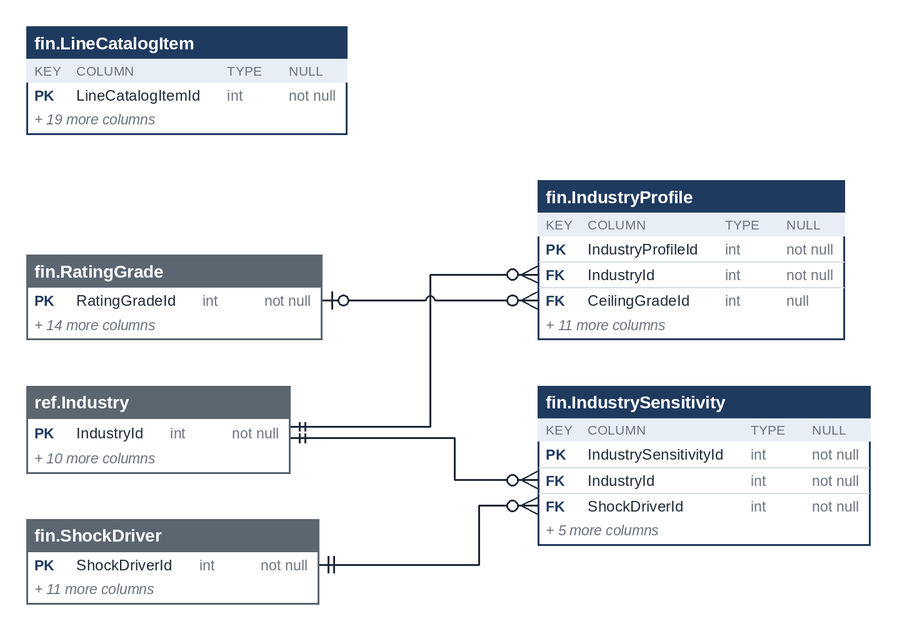
Before: treasury-platform/docs/diagrams/erd-en/m5_financials_13.png, a diagram exported from Mermaid (thawrasy/smartlines). Its source is kept beside it as treasury-platform/docs/diagrams/erd/m5_financials_13.mmd. The source it was exported from:
```mermaid
erDiagram
  fin_StrengtheningPlanMember["fin.StrengtheningPlanMember"] {
    int StrengtheningPlanMemberId PK
    int PlanId FK
    int RemedyId FK
  }
```
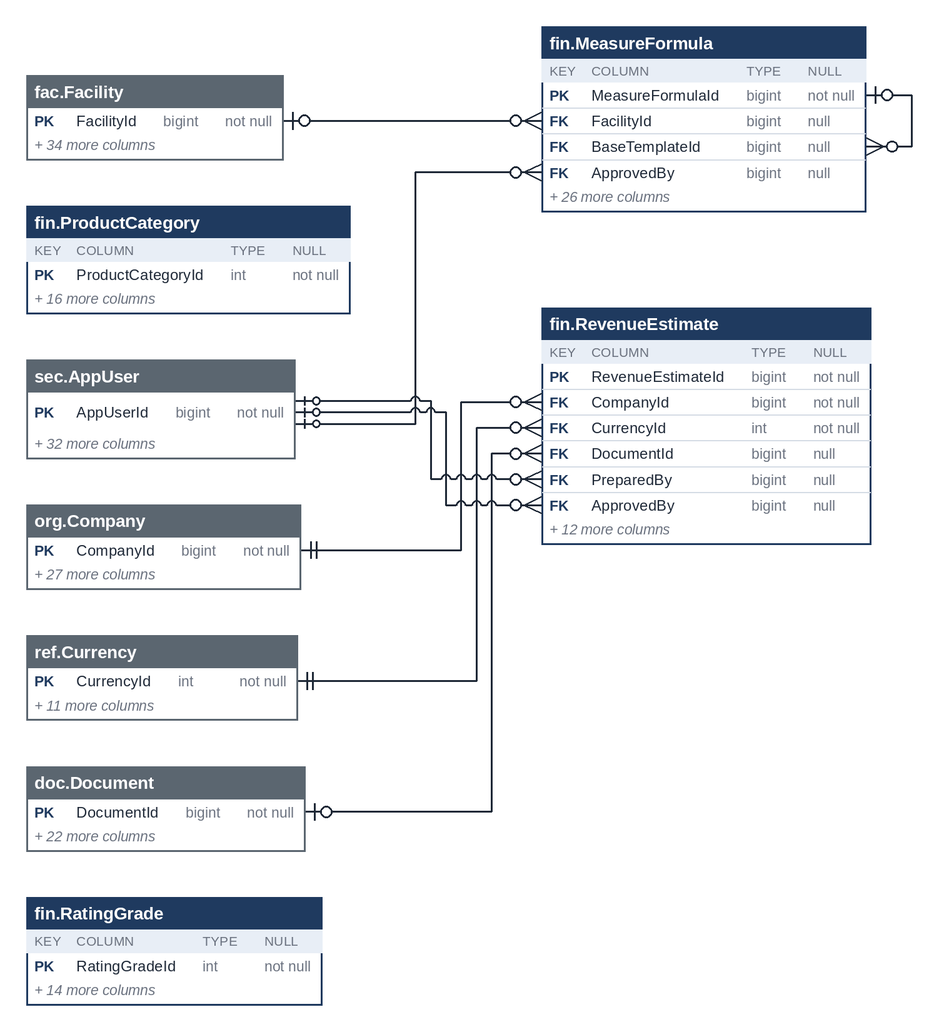
After the change.

Change to the diagram source:
```diff
@@ -1,6 +1,10 @@
 erDiagram
+  fin_StrengtheningPlan["fin.StrengtheningPlan"] {
+    int StrengtheningPlanId PK
+  }
   fin_StrengtheningPlanMember["fin.StrengtheningPlanMember"] {
     int StrengtheningPlanMemberId PK
     int PlanId FK
     int RemedyId FK
   }
+  fin_StrengtheningPlan ||--o{ fin_StrengtheningPlanMember : "PlanId"
```
